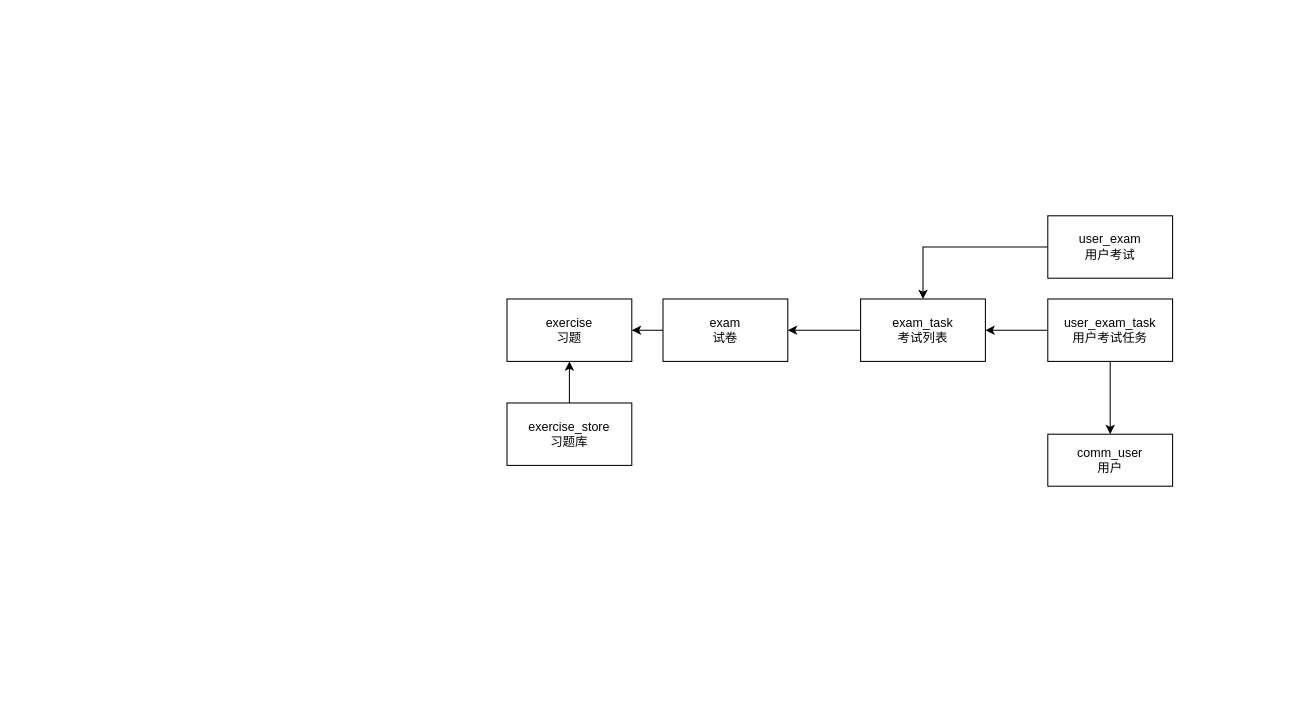
The draw.io diagram exe/Untitled Diagram.drawio in w849027724/draw_files, before the edit. Source tidied: cells renumbered, new cells numbered last; positions are measured from the earlier drawing's top-left corner, leaving out a move shared by most shapes. Both pictures are drawn from the tidied source at 104%, with x=0, y=0 at pixel (506, 215).
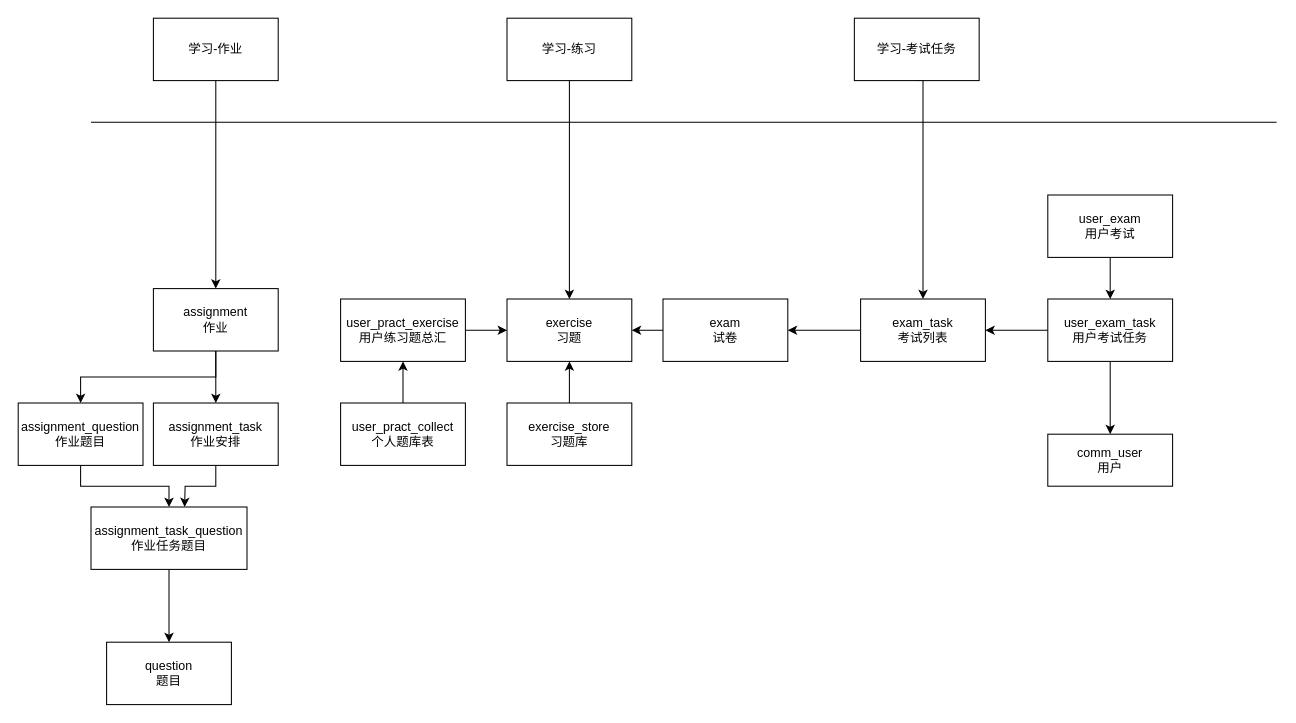
The same diagram, later.

Unchanged cells that the change refers to:
```xml
<mxCell id="3" value="exam_task&lt;br&gt;考试列表" style="rounded=0;whiteSpace=wrap;html=1;" parent="1" vertex="1">
  <mxGeometry x="340" y="80" width="120" height="60" as="geometry" />
</mxCell>
<mxCell id="7" value="user_exam_task&lt;br&gt;用户考试任务" style="rounded=0;whiteSpace=wrap;html=1;" parent="1" vertex="1">
  <mxGeometry x="520" y="80" width="120" height="60" as="geometry" />
</mxCell>
<mxCell id="10" value="exercise&lt;br&gt;习题" style="rounded=0;whiteSpace=wrap;html=1;" parent="1" vertex="1">
  <mxGeometry y="80" width="120" height="60" as="geometry" />
</mxCell>
```

The edit, as a diff of the source:
```diff
@@
-    <mxCell id="11" style="edgeStyle=orthogonalEdgeStyle;rounded=0;jettySize=auto;html=1;exitX=0;exitY=0.5;exitDx=0;exitDy=0;entryX=0.5;entryY=0;entryDx=0;entryDy=0;" parent="1" edge="1" source="12" target="3">
-      <mxGeometry relative="1" as="geometry" />
-    </mxCell>
+    <mxCell id="15" style="edgeStyle=orthogonalEdgeStyle;rounded=0;jettySize=auto;html=1;exitX=0.5;exitY=1;exitDx=0;exitDy=0;" parent="1" edge="1" source="12" target="7">
+      <mxGeometry relative="1" as="geometry" />
+    </mxCell>
     <mxCell id="12" value="user_exam&lt;br&gt;用户考试" style="rounded=0;whiteSpace=wrap;html=1;" parent="1" vertex="1">
-      <mxGeometry x="520" width="120" height="60" as="geometry" />
+      <mxGeometry x="520" y="-20" width="120" height="60" as="geometry" />
     </mxCell>
@@
+    <mxCell id="16" style="edgeStyle=orthogonalEdgeStyle;rounded=0;jettySize=auto;html=1;exitX=0.5;exitY=1;exitDx=0;exitDy=0;entryX=0.5;entryY=0;entryDx=0;entryDy=0;" parent="1" edge="1" source="18" target="34">
+      <mxGeometry relative="1" as="geometry" />
+    </mxCell>
+    <mxCell id="17" style="edgeStyle=orthogonalEdgeStyle;rounded=0;jettySize=auto;html=1;exitX=0.5;exitY=1;exitDx=0;exitDy=0;entryX=0.5;entryY=0;entryDx=0;entryDy=0;" parent="1" edge="1" source="18" target="20">
+      <mxGeometry relative="1" as="geometry" />
+    </mxCell>
+    <mxCell id="18" value="assignment&lt;br&gt;作业" style="rounded=0;whiteSpace=wrap;html=1;" parent="1" vertex="1">
+      <mxGeometry x="-340" y="70" width="120" height="60" as="geometry" />
+    </mxCell>
+    <mxCell id="19" style="edgeStyle=orthogonalEdgeStyle;rounded=0;jettySize=auto;html=1;exitX=0.5;exitY=1;exitDx=0;exitDy=0;entryX=0.5;entryY=0;entryDx=0;entryDy=0;" parent="1" edge="1" source="20" target="36">
+      <mxGeometry relative="1" as="geometry" />
+    </mxCell>
+    <mxCell id="20" value="assignment_question&lt;br&gt;作业题目" style="rounded=0;whiteSpace=wrap;html=1;" parent="1" vertex="1">
+      <mxGeometry x="-470" y="180" width="120" height="60" as="geometry" />
+    </mxCell>
+    <mxCell id="21" style="edgeStyle=orthogonalEdgeStyle;rounded=0;jettySize=auto;html=1;exitX=1;exitY=0.5;exitDx=0;exitDy=0;entryX=0;entryY=0.5;entryDx=0;entryDy=0;" parent="1" edge="1" source="22" target="10">
+      <mxGeometry relative="1" as="geometry" />
+    </mxCell>
+    <mxCell id="22" value="user_pract_exercise&lt;br&gt;用户练习题总汇" style="rounded=0;whiteSpace=wrap;html=1;" parent="1" vertex="1">
+      <mxGeometry x="-160" y="80" width="120" height="60" as="geometry" />
+    </mxCell>
+    <mxCell id="23" style="edgeStyle=orthogonalEdgeStyle;rounded=0;jettySize=auto;html=1;exitX=0.5;exitY=0;exitDx=0;exitDy=0;" parent="1" edge="1" source="24" target="22">
+      <mxGeometry relative="1" as="geometry" />
+    </mxCell>
+    <mxCell id="24" value="user_pract_collect&lt;br&gt;个人题库表" style="rounded=0;whiteSpace=wrap;html=1;" parent="1" vertex="1">
+      <mxGeometry x="-160" y="180" width="120" height="60" as="geometry" />
+    </mxCell>
+    <mxCell id="25" style="endArrow=none;html=1;rounded=0;" parent="1" edge="1">
+      <mxGeometry relative="1" as="geometry">
+        <mxPoint x="-400" y="-90" as="sourcePoint" />
+        <mxPoint x="740" y="-90" as="targetPoint" />
+        <Array as="points">
+          <mxPoint x="190" y="-90" />
+        </Array>
+      </mxGeometry>
+    </mxCell>
+    <mxCell id="26" style="edgeStyle=orthogonalEdgeStyle;rounded=0;orthogonalLoop=1;jettySize=auto;html=1;entryX=0.5;entryY=0;entryDx=0;entryDy=0;" parent="1" edge="1">
+      <mxGeometry relative="1" as="geometry">
+        <mxPoint x="394" y="-130" as="sourcePoint" />
+        <mxPoint x="400" y="80" as="targetPoint" />
+        <Array as="points">
+          <mxPoint x="400" y="-130" />
+        </Array>
+      </mxGeometry>
+    </mxCell>
+    <mxCell id="27" value="学习-考试任务" style="rounded=0;whiteSpace=wrap;html=1;" parent="1" vertex="1">
+      <mxGeometry x="334" y="-190" width="120" height="60" as="geometry" />
+    </mxCell>
+    <mxCell id="28" style="edgeStyle=orthogonalEdgeStyle;rounded=0;jettySize=auto;html=1;exitX=0.5;exitY=1;exitDx=0;exitDy=0;" parent="1" edge="1" source="29" target="10">
+      <mxGeometry relative="1" as="geometry" />
+    </mxCell>
+    <mxCell id="29" value="学习-练习" style="rounded=0;whiteSpace=wrap;html=1;" parent="1" vertex="1">
+      <mxGeometry y="-190" width="120" height="60" as="geometry" />
+    </mxCell>
+    <mxCell id="30" style="edgeStyle=orthogonalEdgeStyle;rounded=0;jettySize=auto;html=1;" parent="1" edge="1" source="31" target="18">
+      <mxGeometry relative="1" as="geometry" />
+    </mxCell>
+    <mxCell id="31" value="学习-作业" style="rounded=0;whiteSpace=wrap;html=1;" parent="1" vertex="1">
+      <mxGeometry x="-340" y="-190" width="120" height="60" as="geometry" />
+    </mxCell>
+    <mxCell id="32" value="question&lt;br&gt;题目" style="rounded=0;whiteSpace=wrap;html=1;" parent="1" vertex="1">
+      <mxGeometry x="-385" y="410" width="120" height="60" as="geometry" />
+    </mxCell>
+    <mxCell id="33" style="edgeStyle=orthogonalEdgeStyle;rounded=0;jettySize=auto;html=1;exitX=0.5;exitY=1;exitDx=0;exitDy=0;" parent="1" edge="1" source="34">
+      <mxGeometry relative="1" as="geometry">
+        <mxPoint x="-310" y="280" as="targetPoint" />
+      </mxGeometry>
+    </mxCell>
+    <mxCell id="34" value="assignment_task&lt;br&gt;作业安排" style="rounded=0;whiteSpace=wrap;html=1;" parent="1" vertex="1">
+      <mxGeometry x="-340" y="180" width="120" height="60" as="geometry" />
+    </mxCell>
+    <mxCell id="35" style="edgeStyle=orthogonalEdgeStyle;rounded=0;jettySize=auto;html=1;exitX=0.5;exitY=1;exitDx=0;exitDy=0;" parent="1" edge="1" source="36" target="32">
+      <mxGeometry relative="1" as="geometry" />
+    </mxCell>
+    <mxCell id="36" value="assignment_task_question&lt;br&gt;作业任务题目" style="rounded=0;whiteSpace=wrap;html=1;" parent="1" vertex="1">
+      <mxGeometry x="-400" y="280" width="150" height="60" as="geometry" />
+    </mxCell>
```
